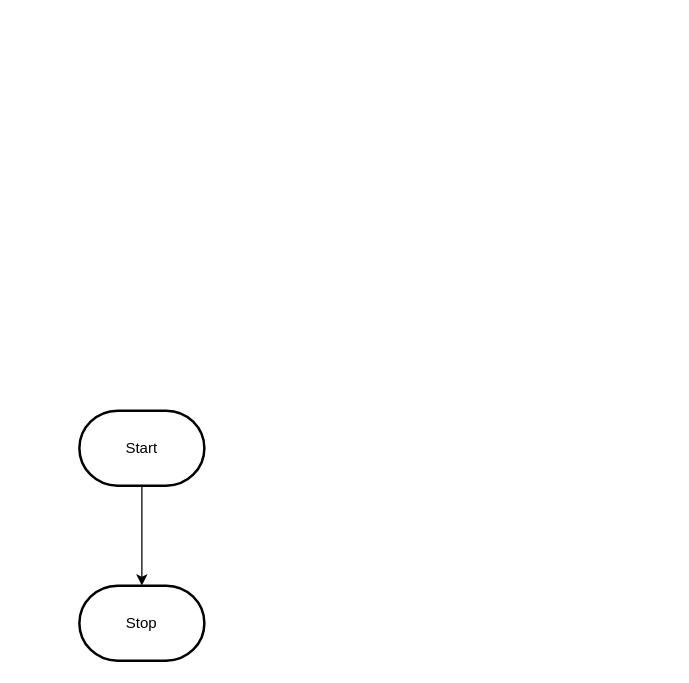
This is design/flowchart.drawio from MTHS-ICS2O-2-2022/ICS2O-Unit-6-02-lamees-hemdan, a draw.io file, before an edit. Source tidied: cells renumbered, new cells numbered last; positions are measured from the earlier drawing's top-left corner, leaving out a move shared by most shapes. Both pictures are drawn from the tidied source at 125%, with x=0, y=0 at pixel (79, 410).
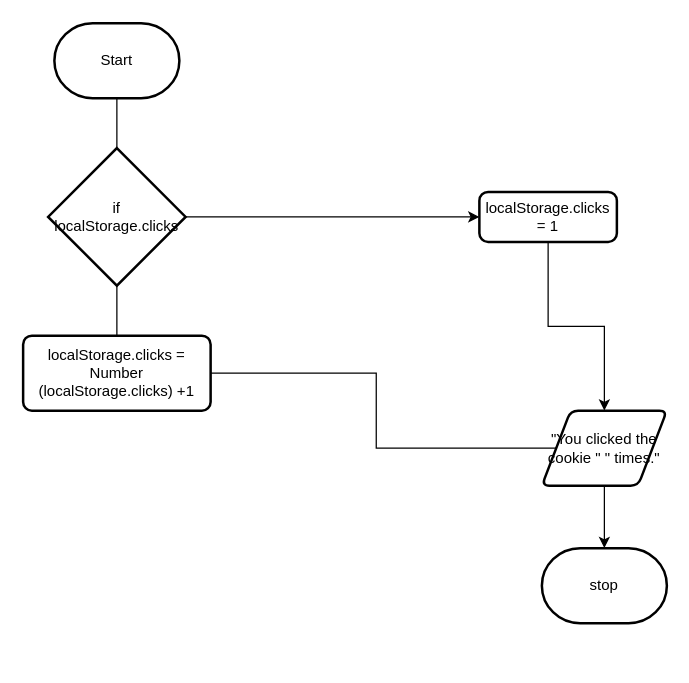
The same page after the edit.

Change to the diagram source:
```diff
@@
 <mxGraphModel>
   <root>
     <mxCell id="0" />
     <mxCell id="1" parent="0" />
-    <mxCell id="2" style="edgeStyle=orthogonalEdgeStyle;html=1;rounded=0;" parent="1" edge="1" source="3" target="4">
+    <mxCell id="2" style="edgeStyle=orthogonalEdgeStyle;html=1;rounded=0;startArrow=none;" parent="1" edge="1" source="11" target="4">
       <mxGeometry relative="1" as="geometry" />
     </mxCell>
     <mxCell id="3" value="Start" style="strokeWidth=2;html=1;shape=mxgraph.flowchart.terminator;whiteSpace=wrap;" parent="1" vertex="1">
-      <mxGeometry width="100" height="60" as="geometry" />
+      <mxGeometry x="-20" y="-310" width="100" height="60" as="geometry" />
     </mxCell>
-    <mxCell id="4" value="Stop" style="strokeWidth=2;html=1;shape=mxgraph.flowchart.terminator;whiteSpace=wrap;" parent="1" vertex="1">
-      <mxGeometry y="140" width="100" height="60" as="geometry" />
+    <mxCell id="4" value="stop" style="strokeWidth=2;html=1;shape=mxgraph.flowchart.terminator;whiteSpace=wrap;" parent="1" vertex="1">
+      <mxGeometry x="370" y="110" width="100" height="60" as="geometry" />
     </mxCell>
+    <mxCell id="5" style="edgeStyle=orthogonalEdgeStyle;html=1;rounded=0;endArrow=none;" parent="1" edge="1" source="3" target="7">
+      <mxGeometry relative="1" as="geometry" />
+    </mxCell>
+    <mxCell id="6" style="edgeStyle=orthogonalEdgeStyle;html=1;exitX=1;exitY=0.5;exitDx=0;exitDy=0;exitPerimeter=0;entryX=0;entryY=0.5;entryDx=0;entryDy=0;rounded=0;" parent="1" edge="1" source="7" target="13">
+      <mxGeometry relative="1" as="geometry" />
+    </mxCell>
+    <mxCell id="7" value="if&lt;br&gt;localStorage.clicks" style="strokeWidth=2;html=1;shape=mxgraph.flowchart.decision;whiteSpace=wrap;" parent="1" vertex="1">
+      <mxGeometry x="-25" y="-210" width="110" height="110" as="geometry" />
+    </mxCell>
+    <mxCell id="8" style="edgeStyle=orthogonalEdgeStyle;html=1;rounded=0;startArrow=none;endArrow=none;" parent="1" edge="1" source="7" target="9">
+      <mxGeometry relative="1" as="geometry" />
+    </mxCell>
+    <mxCell id="9" value="localStorage.clicks = Number (localStorage.clicks) +1" style="rounded=1;whiteSpace=wrap;html=1;absoluteArcSize=1;arcSize=14;strokeWidth=2;" parent="1" vertex="1">
+      <mxGeometry x="-45" y="-60" width="150" height="60" as="geometry" />
+    </mxCell>
+    <mxCell id="10" style="edgeStyle=orthogonalEdgeStyle;html=1;rounded=0;startArrow=none;endArrow=none;" parent="1" edge="1" source="9" target="11">
+      <mxGeometry relative="1" as="geometry" />
+    </mxCell>
+    <mxCell id="11" value="&quot;You clicked the cookie &quot; &quot; times.&quot;" style="shape=parallelogram;html=1;strokeWidth=2;perimeter=parallelogramPerimeter;whiteSpace=wrap;rounded=1;arcSize=12;size=0.23;" parent="1" vertex="1">
+      <mxGeometry x="370" width="100" height="60" as="geometry" />
+    </mxCell>
+    <mxCell id="12" style="edgeStyle=orthogonalEdgeStyle;rounded=0;html=1;exitX=0.5;exitY=1;exitDx=0;exitDy=0;" parent="1" edge="1" source="13" target="11">
+      <mxGeometry relative="1" as="geometry" />
+    </mxCell>
+    <mxCell id="13" value="localStorage.clicks = 1" style="rounded=1;whiteSpace=wrap;html=1;absoluteArcSize=1;arcSize=14;strokeWidth=2;" parent="1" vertex="1">
+      <mxGeometry x="320" y="-175" width="110" height="40" as="geometry" />
+    </mxCell>
   </root>
 </mxGraphModel>
```
